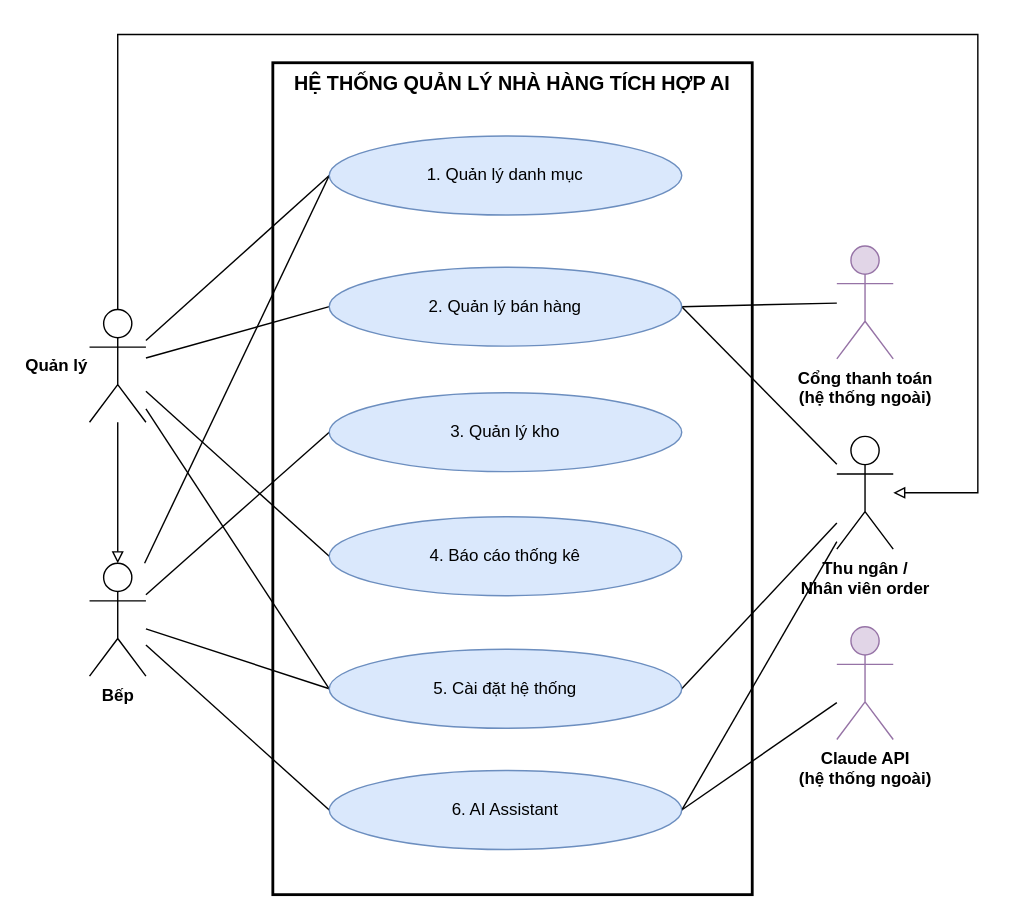
Earlier version of the draw.io diagram page "00 Use Case tổng quan" (1 of 7) of docs/UseCase_HeThongQuanLyNhaHang.drawio (nminhzzz/restaurant-management-ai). Source tidied: cells renumbered, new cells numbered last; positions are measured from the earlier drawing's top-left corner, leaving out a move shared by most shapes. Both pictures are drawn from the tidied source at 141%, with x=0, y=0 at pixel (89, 34).
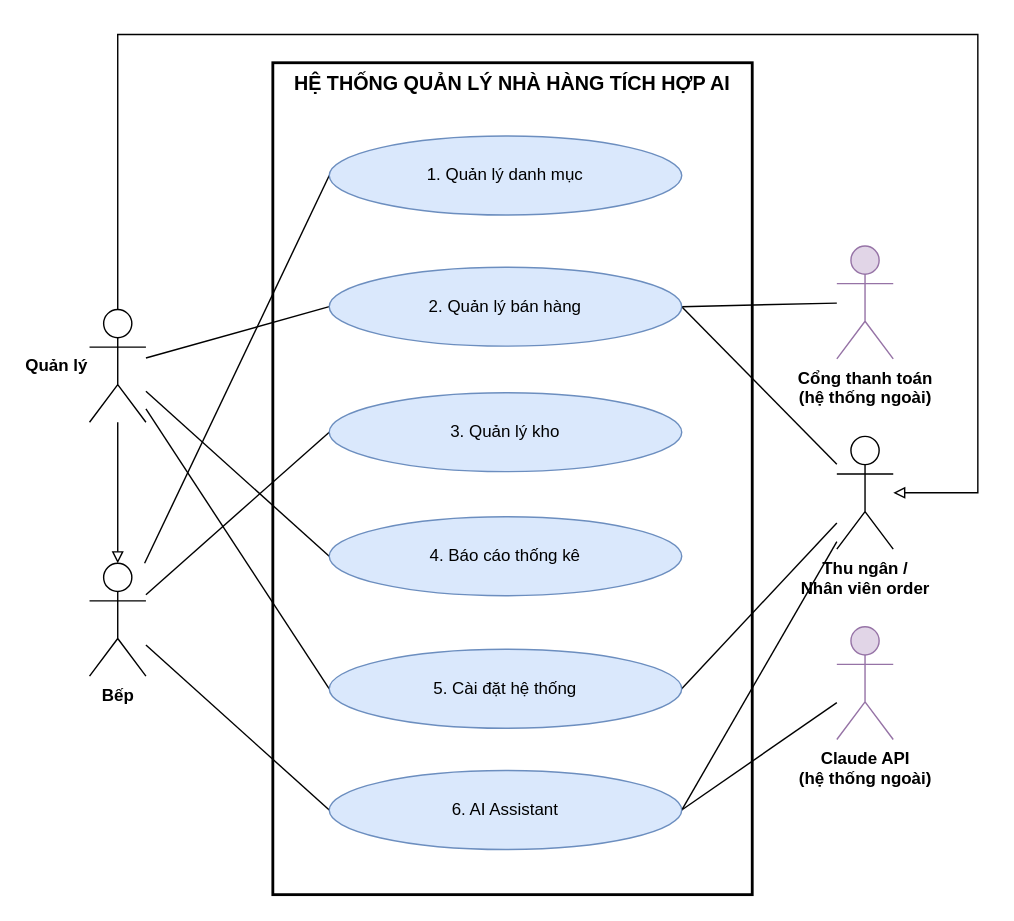
The same diagram, later.

Unchanged cells that the change refers to:
```xml
<mxCell id="3" value="Quản lý" style="shape=umlActor;html=1;outlineConnect=0;fontSize=12;fontStyle=1;labelPosition=left;verticalLabelPosition=middle;align=right;verticalAlign=middle;" parent="1" vertex="1">
  <mxGeometry y="195" width="40" height="80" as="geometry" />
</mxCell>
<mxCell id="6" value="Bếp" style="shape=umlActor;html=1;outlineConnect=0;fontSize=12;fontStyle=1;verticalLabelPosition=bottom;verticalAlign=top;" parent="1" vertex="1">
  <mxGeometry y="375" width="40" height="80" as="geometry" />
</mxCell>
<mxCell id="23" value="5. Cài đặt hệ thống" style="ellipse;whiteSpace=wrap;html=1;fontSize=12;fillColor=#dae8fc;strokeColor=#6c8ebf;" parent="1" vertex="1">
  <mxGeometry x="170" y="436" width="250" height="56" as="geometry" />
</mxCell>
<mxCell id="24" value="1. Quản lý danh mục" style="ellipse;whiteSpace=wrap;html=1;fontSize=12;fillColor=#dae8fc;strokeColor=#6c8ebf;" parent="1" vertex="1">
  <mxGeometry x="170" y="72" width="250" height="56" as="geometry" />
</mxCell>
```

Change to the diagram source:
```diff
@@
-    <mxCell id="9" style="endArrow=none;html=1;rounded=0;entryX=0;entryY=0.5;entryDx=0;entryDy=0;" parent="1" edge="1" source="3" target="24">
-      <mxGeometry relative="1" as="geometry" />
-    </mxCell>
@@
-    <mxCell id="17" style="endArrow=none;html=1;rounded=0;entryX=0;entryY=0.5;entryDx=0;entryDy=0;" parent="1" edge="1" source="6" target="23">
-      <mxGeometry relative="1" as="geometry" />
-    </mxCell>
```
